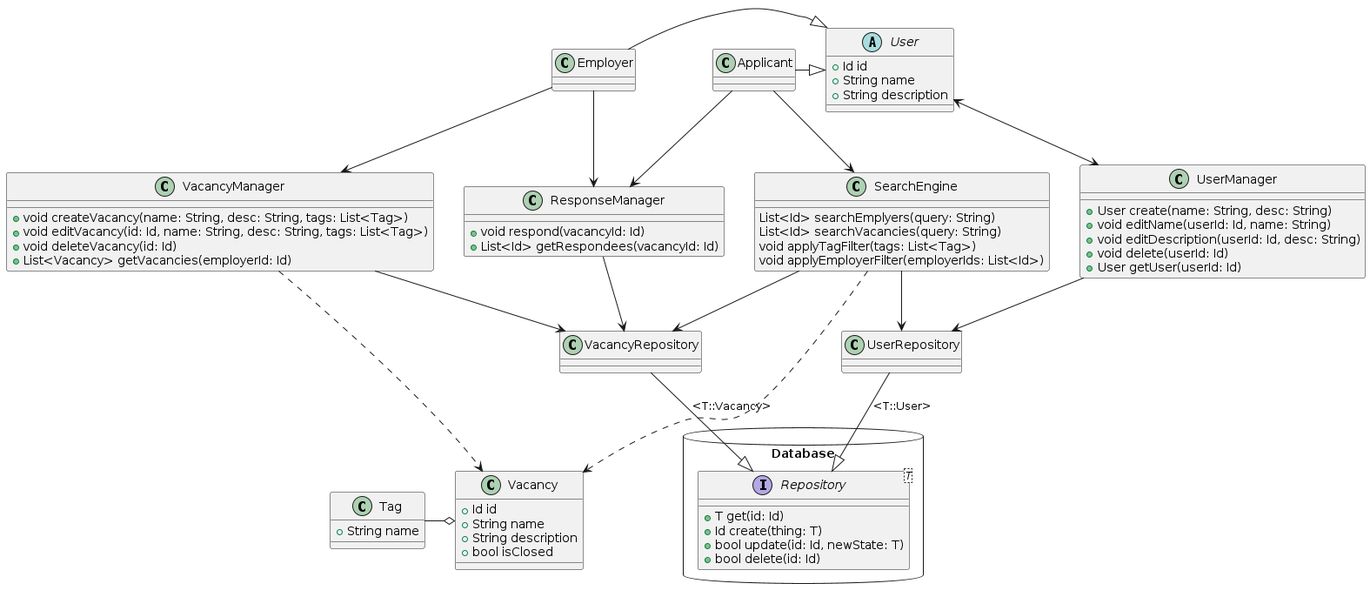
This is uml/output/class.plantuml-rendered.png from gmatiukhin/system-modeling, a PlantUML export, as it was before one commit.
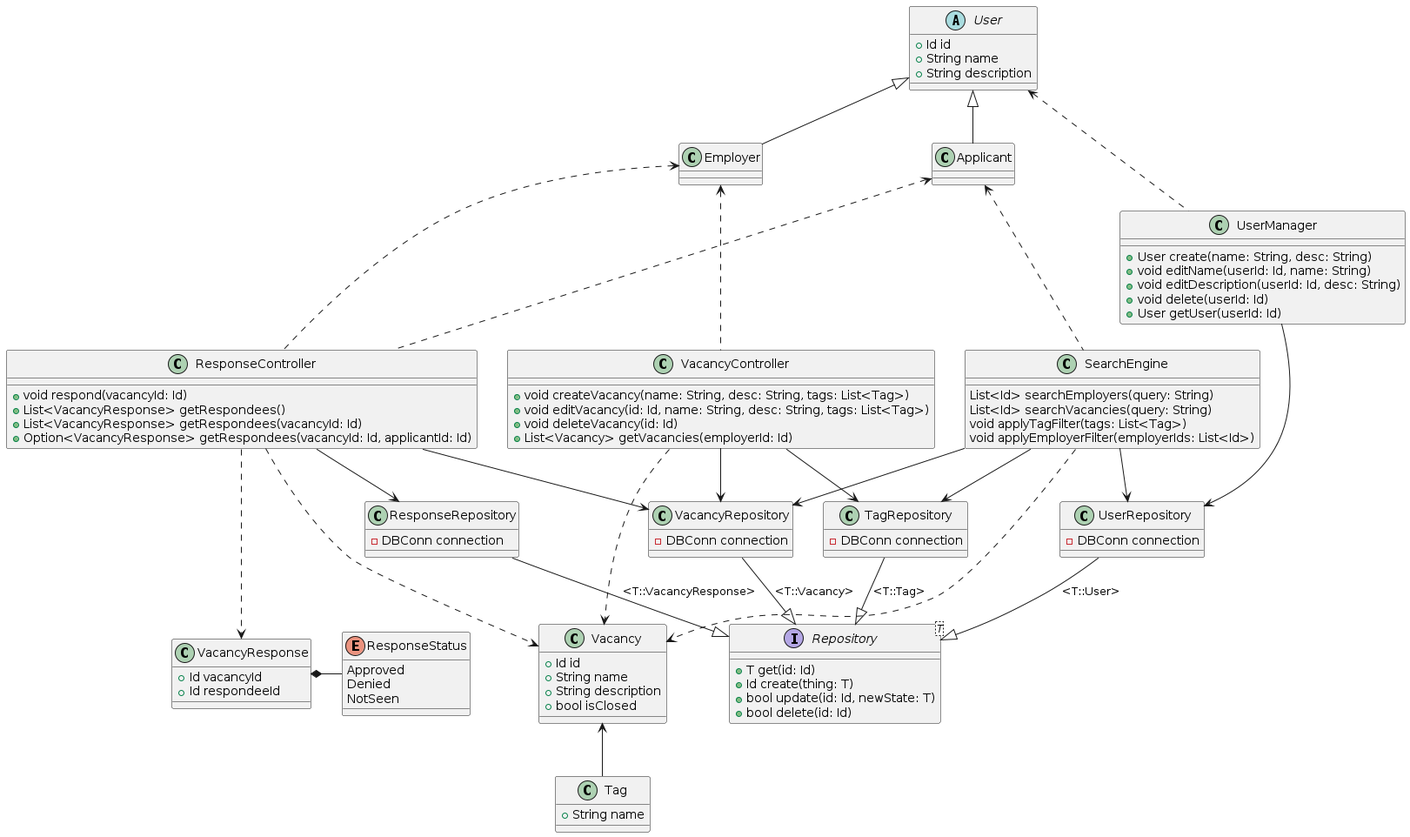
The same diagram one commit later.

Commit message:
better class and sequence diagrams

What changed in the source:
```diff
@@ -19,16 +19,18 @@
   + User getUser(userId: Id)
 }
 
-class VacancyManager {
+class VacancyController {
   + void createVacancy(name: String, desc: String, tags: List<Tag>)
   + void editVacancy(id: Id, name: String, desc: String, tags: List<Tag>)
   + void deleteVacancy(id: Id)
   + List<Vacancy> getVacancies(employerId: Id)
 }
 
-class ResponseManager {
+class ResponseController {
   + void respond(vacancyId: Id)
-  + List<Id> getRespondees(vacancyId: Id)
+  + List<VacancyResponse> getRespondees()
+  + List<VacancyResponse> getRespondees(vacancyId: Id)
+  + Option<VacancyResponse> getRespondees(vacancyId: Id, applicantId: Id)
 }
 
 class Vacancy {
@@ -38,50 +40,85 @@
   + bool isClosed
 }
 
+class VacancyResponse {
+  + Id vacancyId
+  + Id respondeeId
+}
+
+enum ResponseStatus {
+  Approved
+  Denied
+  NotSeen
+}
+
 class Tag {
   + String name
 }
 
 class SearchEngine {
-  List<Id> searchEmplyers(query: String)
+  List<Id> searchEmployers(query: String)
   List<Id> searchVacancies(query: String)
   void applyTagFilter(tags: List<Tag>)
   void applyEmployerFilter(employerIds: List<Id>)
 }
 
-package Database <<Database>> {
-  interface Repository<T> {
-    + T get(id: Id)
-    + Id create(thing: T)
-    + bool update(id: Id, newState: T)
-    + bool delete(id: Id)
-  }
+interface Repository<T> {
+  + T get(id: Id)
+  + Id create(thing: T)
+  + bool update(id: Id, newState: T)
+  + bool delete(id: Id)
 }
+
+class VacancyRepository {
+  - DBConn connection
+}
+
+class UserRepository {
+  - DBConn connection
+}
+
+class TagRepository {
+  - DBConn connection
+}
+
+class ResponseRepository {
+  - DBConn connection
+}
+
+User <|-- Employer
+User <|-- Applicant
+
+Employer <-. VacancyController
+Employer <-. ResponseController
+Applicant <-. SearchEngine
+Applicant <-. ResponseController
+
+User <-. UserManager
+
+Vacancy <-- Tag
+
+VacancyResponse *- ResponseStatus
 
 VacancyRepository --|> Repository:<T::Vacancy>
 UserRepository --|> Repository:<T::User>
+TagRepository --|> Repository:<T::Tag>
+ResponseRepository --|> Repository:<T::VacancyResponse>
 
 UserManager --> UserRepository
-VacancyManager --> VacancyRepository
+
+VacancyController --> VacancyRepository
+VacancyController --> TagRepository
+VacancyController -.-> Vacancy
+
 SearchEngine --> VacancyRepository
 SearchEngine --> UserRepository
-ResponseManager --> VacancyRepository
+SearchEngine --> TagRepository
 
-Employer -|> User
-Applicant -|> User
-
-User <--> UserManager
-
-Employer --> VacancyManager
-Tag -o Vacancy
-
-Applicant --> SearchEngine
-
-VacancyManager -.-> Vacancy
+ResponseController --> VacancyRepository
+ResponseController --> ResponseRepository
+ResponseController -.-> Vacancy
+ResponseController -.-> VacancyResponse
 
 SearchEngine -.-> Vacancy
 
-Applicant --> ResponseManager
-Employer --> ResponseManager
-
 @enduml
```
